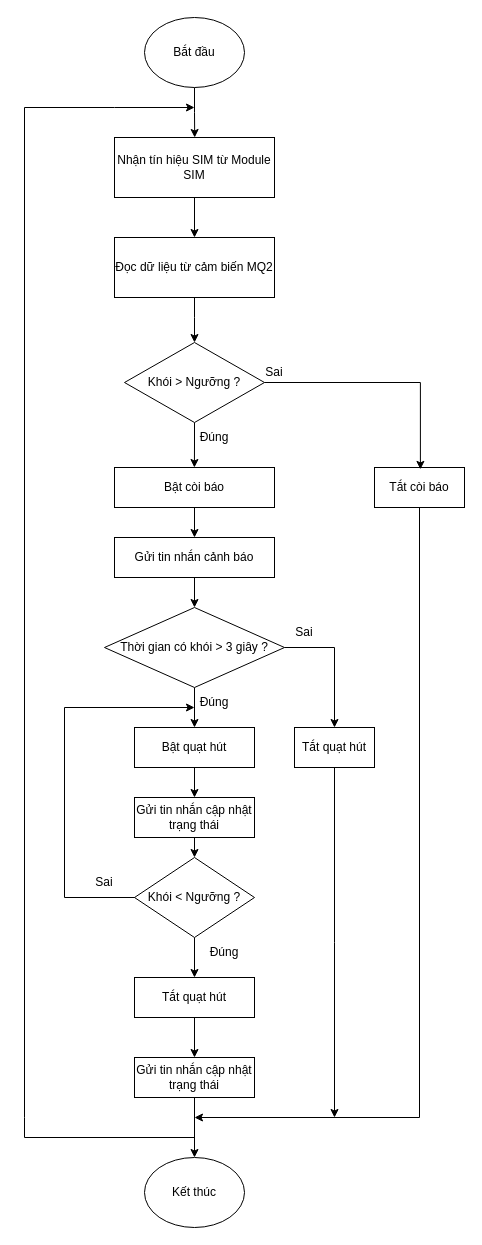
Earlier version of the draw.io diagram block_diagram/flowchart_canhbaokhoi.drawio (imvietp/Final_Thesis). Source tidied: cells renumbered, new cells numbered last; positions are measured from the earlier drawing's top-left corner, leaving out a move shared by most shapes. Both pictures are drawn from the tidied source at 100%, with x=0, y=0 at pixel (24, 17).
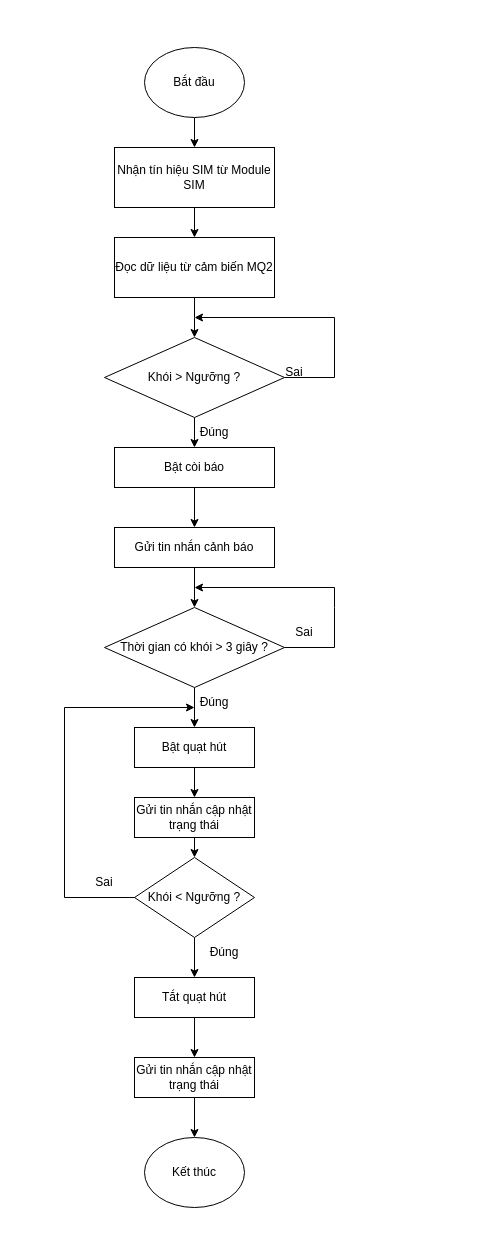
Above is the later version.

The change refers to these unchanged cells:
```xml
<mxCell id="13" value="Thời gian có khói &amp;gt; 3 giây ?" style="rhombus;whiteSpace=wrap;html=1;" parent="1" vertex="1">
  <mxGeometry x="80" y="590" width="180" height="80" as="geometry" />
</mxCell>
<mxCell id="18" value="Đọc dữ liệu từ cảm biến MQ2" style="rounded=0;whiteSpace=wrap;html=1;" parent="1" vertex="1">
  <mxGeometry x="90" y="220" width="160" height="60" as="geometry" />
</mxCell>
```

Diff of the diagram source:
```diff
@@
-    <mxCell id="2" style="edgeStyle=orthogonalEdgeStyle;rounded=0;jettySize=auto;html=1;exitX=0.5;exitY=1;exitDx=0;exitDy=0;" parent="1" edge="1" source="3">
-      <mxGeometry relative="1" as="geometry">
-        <mxPoint x="170.2" y="120" as="targetPoint" />
-      </mxGeometry>
-    </mxCell>
+    <mxCell id="41" style="edgeStyle=orthogonalEdgeStyle;rounded=0;jettySize=auto;html=1;" parent="1" edge="1" source="3" target="19">
+      <mxGeometry relative="1" as="geometry" />
+    </mxCell>
     <mxCell id="3" value="Bắt đầu" style="ellipse;whiteSpace=wrap;html=1;" parent="1" vertex="1">
-      <mxGeometry x="120" width="100" height="70" as="geometry" />
+      <mxGeometry x="120" y="30" width="100" height="70" as="geometry" />
     </mxCell>
-    <mxCell id="4" style="edgeStyle=orthogonalEdgeStyle;rounded=0;jettySize=auto;html=1;exitX=0.5;exitY=1;exitDx=0;exitDy=0;" parent="1" edge="1" source="5">
-      <mxGeometry relative="1" as="geometry">
-        <mxPoint x="169.9" y="450" as="targetPoint" />
-      </mxGeometry>
-    </mxCell>
+    <mxCell id="42" style="edgeStyle=orthogonalEdgeStyle;rounded=0;jettySize=auto;html=1;exitX=0.5;exitY=1;exitDx=0;exitDy=0;entryX=0.5;entryY=0;entryDx=0;entryDy=0;" parent="1" edge="1" source="5" target="9">
+      <mxGeometry relative="1" as="geometry" />
+    </mxCell>
     <mxCell id="5" value="Khói &amp;gt; Ngưỡng&lt;span style=&quot;background-color: initial;&quot;&gt;&amp;nbsp;?&lt;/span&gt;" style="rhombus;whiteSpace=wrap;html=1;" parent="1" vertex="1">
-      <mxGeometry x="100" y="325" width="140" height="80" as="geometry" />
+      <mxGeometry x="80" y="320" width="180" height="80" as="geometry" />
     </mxCell>
     <mxCell id="6" value="Đúng" style="text;html=1;align=center;verticalAlign=middle;whiteSpace=wrap;rounded=0;" parent="1" vertex="1">
-      <mxGeometry x="160" y="405" width="60" height="30" as="geometry" />
+      <mxGeometry x="160" y="400" width="60" height="30" as="geometry" />
     </mxCell>
     <mxCell id="7" value="Sai" style="text;html=1;align=center;verticalAlign=middle;whiteSpace=wrap;rounded=0;" parent="1" vertex="1">
-      <mxGeometry x="220" y="340" width="60" height="30" as="geometry" />
+      <mxGeometry x="240" y="340" width="60" height="30" as="geometry" />
     </mxCell>
-    <mxCell id="8" style="edgeStyle=orthogonalEdgeStyle;rounded=0;jettySize=auto;html=1;exitX=0.5;exitY=1;exitDx=0;exitDy=0;entryX=0.5;entryY=0;entryDx=0;entryDy=0;" parent="1" edge="1" source="9" target="21">
+    <mxCell id="8" style="edgeStyle=orthogonalEdgeStyle;rounded=0;jettySize=auto;html=1;" parent="1" edge="1" source="9" target="21">
       <mxGeometry relative="1" as="geometry" />
     </mxCell>
     <mxCell id="9" value="Bật còi báo" style="rounded=0;whiteSpace=wrap;html=1;" parent="1" vertex="1">
-      <mxGeometry x="90" y="450" width="160" height="40" as="geometry" />
+      <mxGeometry x="90" y="430" width="160" height="40" as="geometry" />
     </mxCell>
-    <mxCell id="10" style="edgeStyle=orthogonalEdgeStyle;rounded=0;jettySize=auto;html=1;" parent="1" edge="1" source="11">
-      <mxGeometry relative="1" as="geometry">
-        <mxPoint x="170" y="1100" as="targetPoint" />
-        <Array as="points">
-          <mxPoint x="395" y="1100" />
-        </Array>
-      </mxGeometry>
-    </mxCell>
-    <mxCell id="11" value="Tắt còi báo" style="rounded=0;whiteSpace=wrap;html=1;" parent="1" vertex="1">
-      <mxGeometry x="350" y="450" width="90" height="40" as="geometry" />
-    </mxCell>
@@
     <mxCell id="16" value="Kết thúc" style="ellipse;whiteSpace=wrap;html=1;" parent="1" vertex="1">
-      <mxGeometry x="120" y="1140" width="100" height="70" as="geometry" />
+      <mxGeometry x="120" y="1120" width="100" height="70" as="geometry" />
     </mxCell>
@@
+    <mxCell id="43" style="edgeStyle=orthogonalEdgeStyle;rounded=0;jettySize=auto;html=1;" parent="1" edge="1" source="19" target="18">
+      <mxGeometry relative="1" as="geometry" />
+    </mxCell>
     <mxCell id="19" value="Nhận tín hiệu SIM từ Module SIM" style="rounded=0;whiteSpace=wrap;html=1;" parent="1" vertex="1">
-      <mxGeometry x="90" y="120" width="160" height="60" as="geometry" />
+      <mxGeometry x="90" y="130" width="160" height="60" as="geometry" />
     </mxCell>
-    <mxCell id="20" style="endArrow=classic;html=1;rounded=0;exitX=0.5;exitY=1;exitDx=0;exitDy=0;" parent="1" edge="1" source="19">
-      <mxGeometry relative="1" as="geometry">
-        <mxPoint x="170" y="220" as="targetPoint" />
-      </mxGeometry>
-    </mxCell>
     <mxCell id="21" value="Gửi tin nhắn cảnh báo" style="rounded=0;whiteSpace=wrap;html=1;" parent="1" vertex="1">
-      <mxGeometry x="90" y="520" width="160" height="40" as="geometry" />
+      <mxGeometry x="90" y="510" width="160" height="40" as="geometry" />
     </mxCell>
@@
-    <mxCell id="23" style="edgeStyle=orthogonalEdgeStyle;rounded=0;jettySize=auto;html=1;" parent="1" edge="1" source="24">
-      <mxGeometry relative="1" as="geometry">
-        <mxPoint x="310" y="1100" as="targetPoint" />
-      </mxGeometry>
-    </mxCell>
-    <mxCell id="24" value="Tắt quạt hút" style="rounded=0;whiteSpace=wrap;html=1;" parent="1" vertex="1">
-      <mxGeometry x="270" y="710" width="80" height="40" as="geometry" />
-    </mxCell>
-    <mxCell id="25" style="endArrow=classic;html=1;rounded=0;exitX=1;exitY=0.5;exitDx=0;exitDy=0;entryX=0.5;entryY=0;entryDx=0;entryDy=0;" parent="1" edge="1" source="13" target="24">
+    <mxCell id="25" style="endArrow=classic;html=1;rounded=0;exitX=1;exitY=0.5;exitDx=0;exitDy=0;" parent="1" edge="1" source="13">
       <mxGeometry relative="1" as="geometry">
+        <mxPoint x="170" y="570" as="targetPoint" />
         <Array as="points">
           <mxPoint x="310" y="630" />
+          <mxPoint x="310" y="590" />
+          <mxPoint x="310" y="570" />
         </Array>
       </mxGeometry>
     </mxCell>
@@
-    <mxCell id="39" style="edgeStyle=orthogonalEdgeStyle;rounded=0;jettySize=auto;html=1;exitX=1;exitY=0.5;exitDx=0;exitDy=0;entryX=0.51;entryY=0.047;entryDx=0;entryDy=0;entryPerimeter=0;" parent="1" edge="1" source="5" target="11">
-      <mxGeometry relative="1" as="geometry" />
+    <mxCell id="39" style="edgeStyle=orthogonalEdgeStyle;rounded=0;jettySize=auto;html=1;exitX=1;exitY=0.5;exitDx=0;exitDy=0;" parent="1" edge="1" source="5">
+      <mxGeometry relative="1" as="geometry">
+        <mxPoint x="170" y="300" as="targetPoint" />
+        <Array as="points">
+          <mxPoint x="310" y="360" />
+          <mxPoint x="310" y="300" />
+        </Array>
+      </mxGeometry>
     </mxCell>
-    <mxCell id="40" style="endArrow=classic;html=1;rounded=0;" parent="1" edge="1">
-      <mxGeometry relative="1" as="geometry">
-        <mxPoint x="170" y="1120" as="sourcePoint" />
-        <mxPoint x="170" y="90" as="targetPoint" />
-        <Array as="points">
-          <mxPoint y="1120" />
-          <mxPoint y="1100" />
-          <mxPoint y="90" />
-          <mxPoint x="90" y="90" />
-        </Array>
-      </mxGeometry>
-    </mxCell>
```
